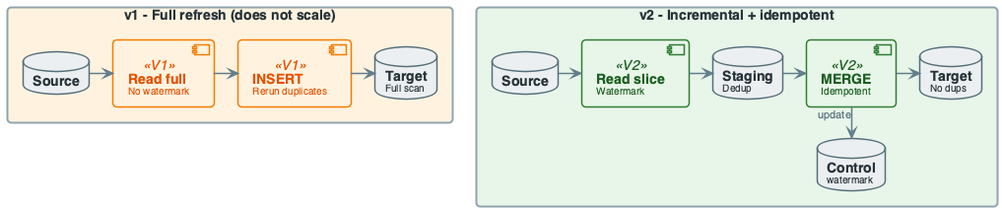
Earlier version of the PlantUML export diagrams/week04/week4_lecture_evolution_v1_v2.png (OrPerets/data-engineering-course).
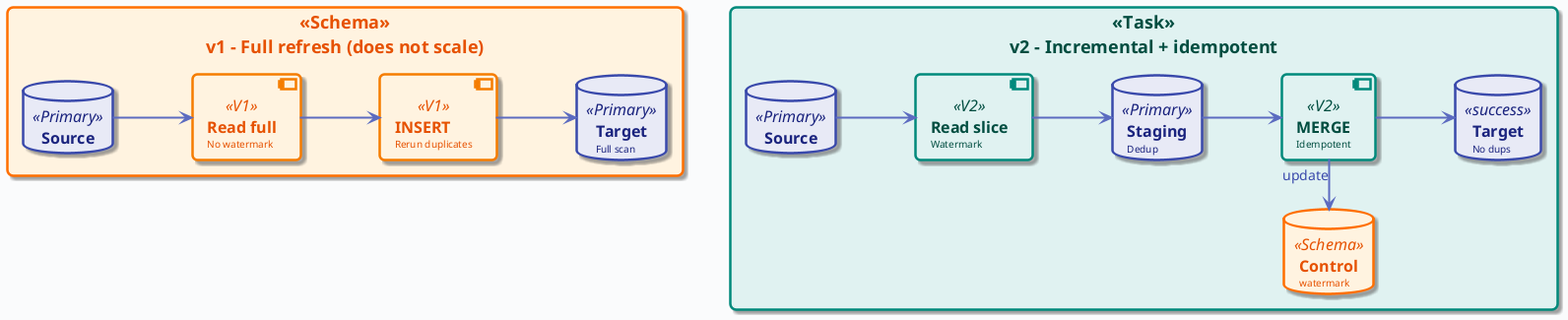
The same file after the commit.

The edit, as a diff of the source:
```diff
@@ -1,141 +1,26 @@
 @startuml
 
+!include ../_template_styles.puml
+
 top to bottom direction
-skinparam linetype ortho
-skinparam shadowing false
-skinparam roundcorner 8
-skinparam handwritten false
-skinparam nodesep 24
-skinparam ranksep 28
 
-skinparam defaultFontName "Segoe UI, Helvetica, sans-serif"
-skinparam defaultFontSize 16
-skinparam defaultFontColor #2C3E50
-
-skinparam rectangle {
-    BackgroundColor #F8F9FA
-    BorderColor #90A4AE
-    BorderThickness 2
-    FontColor #263238
-    FontSize 14
-    FontStyle bold
-    Padding 20
-}
-
-skinparam component {
-    BackgroundColor #FFFFFF
-    BorderColor #78909C
-    BorderThickness 1.5
-    FontSize 14
-    Padding 12
-}
-
-skinparam database {
-    BackgroundColor #ECEFF1
-    BorderColor #546E7A
-    BorderThickness 1.5
-    FontSize 14
-    FontColor #263238
-}
-
-skinparam arrow {
-    Color #607D8B
-    Thickness 1.5
-    FontSize 11
-    FontColor #546E7A
-}
-
-skinparam component<<UI>> {
-    BorderColor #8E24AA
-    BackgroundColor #F3E5F5
-    FontColor #4A148C
-}
-
-skinparam component<<Agent>> {
-    BorderColor #0288D1
-    BackgroundColor #E1F5FE
-    FontColor #01579B
-}
-
-skinparam component<<Tool>> {
-    BorderColor #2E7D32
-    BackgroundColor #E8F5E9
-    FontColor #1B5E20
-}
-
-skinparam component<<Config>> {
-    BorderColor #F57C00
-    BackgroundColor #FFF3E0
-    FontColor #E65100
-}
-
-skinparam component<<Bad>> {
-    BorderColor #C62828
-    BackgroundColor #FFEBEE
-    FontColor #B71C1C
-}
-
-skinparam component<<V1>> {
-    BorderColor #F57C00
-    BackgroundColor #FFF3E0
-    FontColor #E65100
-}
-
-skinparam component<<V2>> {
-    BorderColor #2E7D32
-    BackgroundColor #E8F5E9
-    FontColor #1B5E20
-}
-
-skinparam component<<up>> {
-    BackgroundColor #E8F5E9
-    BorderColor #2E7D32
-}
-
-skinparam component<<down>> {
-    BackgroundColor #FFEBEE
-    BorderColor #C62828
-}
-
-skinparam database<<up>> {
-    BackgroundColor #E8F5E9
-    BorderColor #2E7D32
-}
-
-skinparam database<<down>> {
-    BackgroundColor #FFEBEE
-    BorderColor #C62828
-}
-
-skinparam component<<success>> {
-    BackgroundColor #E8F5E9
-    BorderColor #2E7D32
-}
-
-skinparam component<<failure>> {
-    BackgroundColor #FFEBEE
-    BorderColor #C62828
-}
-
-
-
-rectangle "v1 - Full refresh (does not scale)" #FFF3E0 {
-    database "**Source**" as S1
+rectangle "v1 - Full refresh (does not scale)" <<Schema>> {
+    database "**Source**" as S1 <<Primary>>
     component "**Read full**\n<size:10>No watermark</size>" as R1 <<V1>>
     component "**INSERT**\n<size:10>Rerun duplicates</size>" as I1 <<V1>>
-    database "**Target**\n<size:10>Full scan</size>" as T1
+    database "**Target**\n<size:10>Full scan</size>" as T1 <<Primary>>
     S1 -right-> R1
     R1 -right-> I1
     I1 -right-> T1
 }
 
-rectangle "v2 - Incremental + idempotent" #E8F5E9 {
-    database "**Source**" as S2
+rectangle "v2 - Incremental + idempotent" <<Task>> {
+    database "**Source**" as S2 <<Primary>>
     component "**Read slice**\n<size:10>Watermark</size>" as R2 <<V2>>
-    database "**Staging**\n<size:10>Dedup</size>" as ST2
+    database "**Staging**\n<size:10>Dedup</size>" as ST2 <<Primary>>
     component "**MERGE**\n<size:10>Idempotent</size>" as M2 <<V2>>
-    database "**Target**\n<size:10>No dups</size>" as T2
-    database "**Control**\n<size:10>watermark</size>" as C2
+    database "**Target**\n<size:10>No dups</size>" as T2 <<success>>
+    database "**Control**\n<size:10>watermark</size>" as C2 <<Schema>>
     S2 -right-> R2
     R2 -right-> ST2
     ST2 -right-> M2
```
